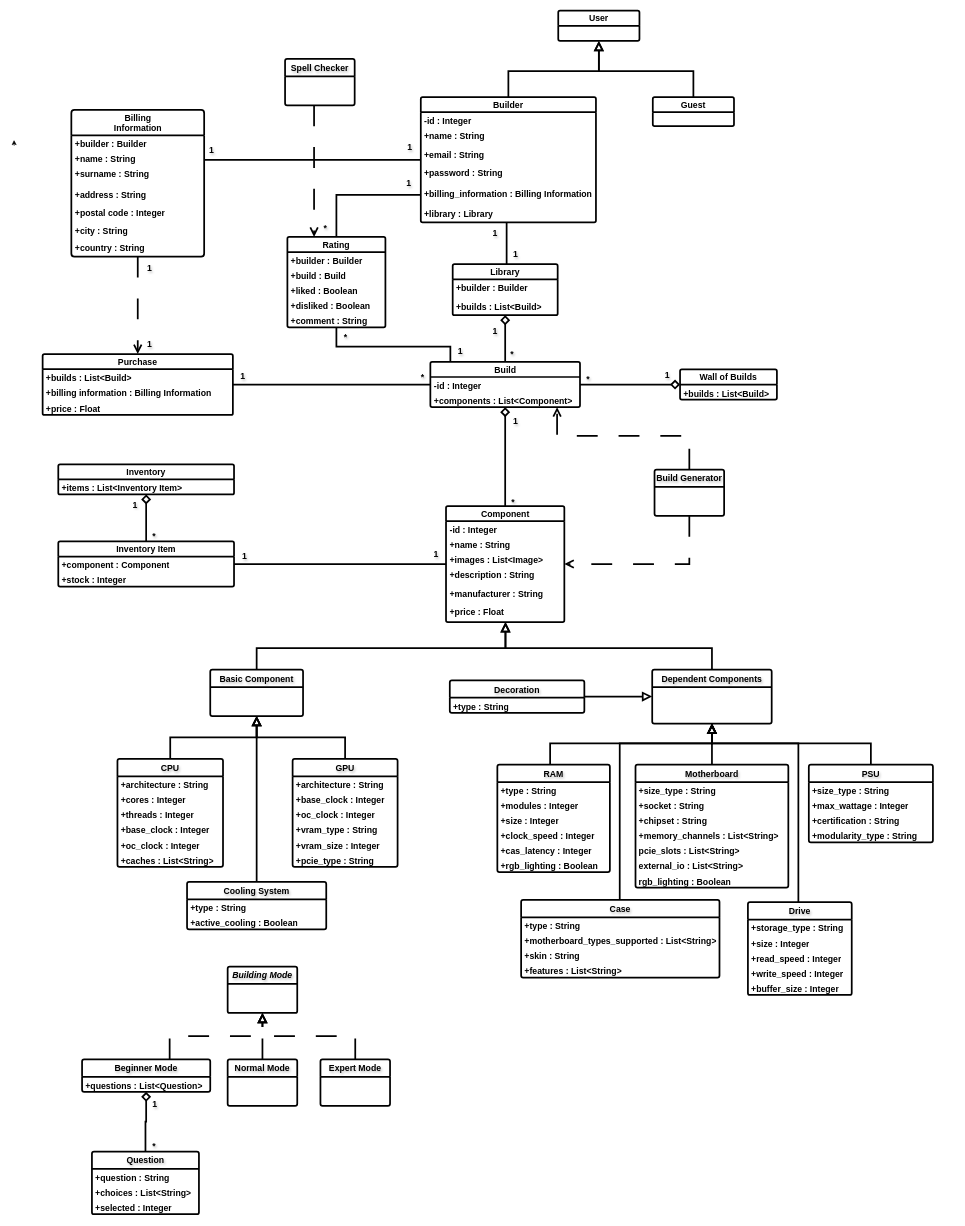
Before: Report Files/2ο Παραδοτέο/Domain Model v0.2/domain_model v0.2.drawio in mpapasterg/click-n-build, a draw.io diagram. Source tidied: cells renumbered, new cells numbered last; positions are measured from the earlier drawing's top-left corner, leaving out a move shared by most shapes. Both pictures are drawn from the tidied source at 58%, with x=0, y=0 at pixel (14, 10).
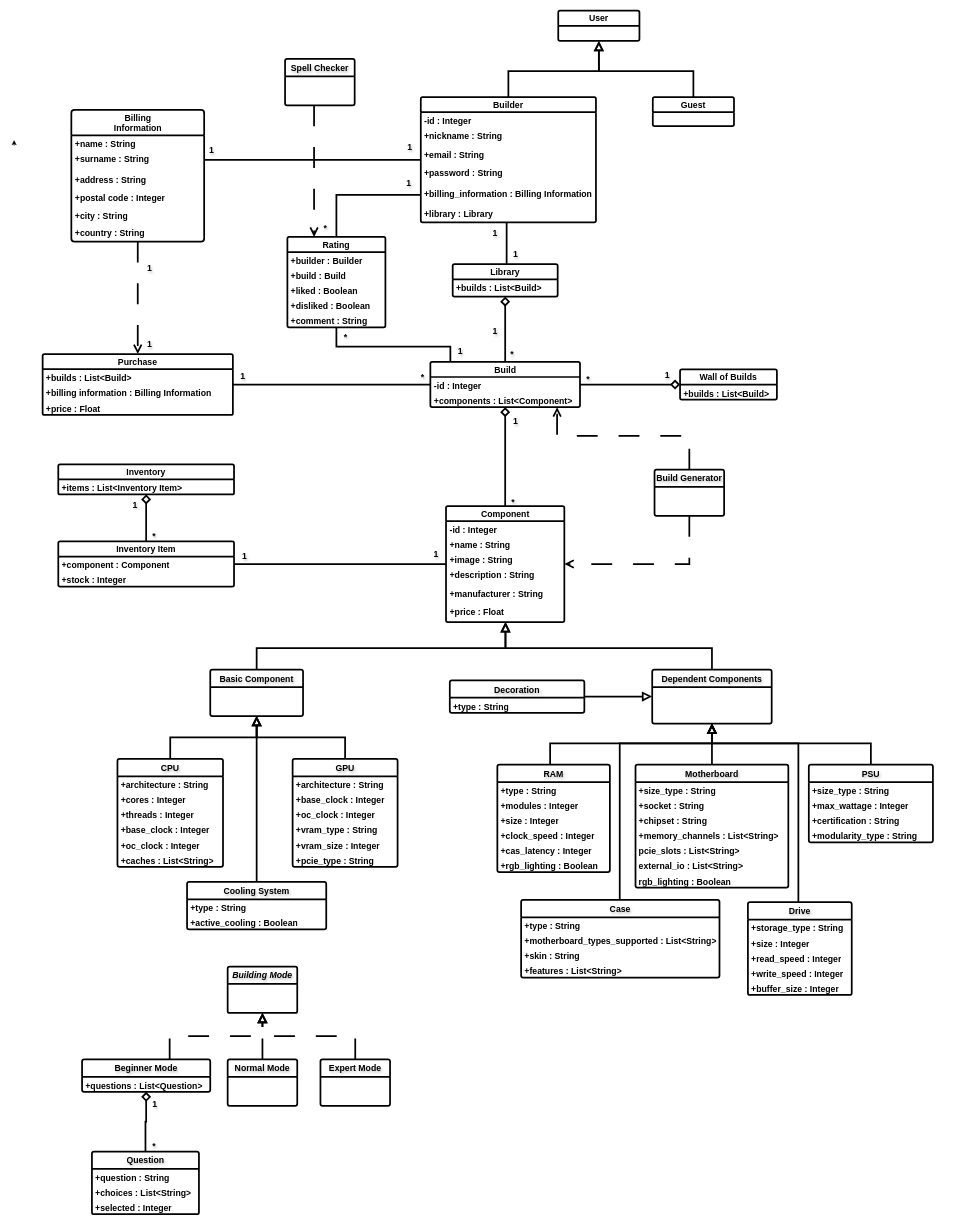
Above is the later version.

Commit message:
change domain model diagram

The change refers to these unchanged cells:
```xml
<mxCell id="5" value="Builder" style="swimlane;fontStyle=1;horizontal=1;startSize=26;fillColor=none;whiteSpace=wrap;html=1;rounded=1;shadow=0;dashed=0;strokeColor=#000000;strokeWidth=3;align=center;verticalAlign=middle;arcSize=4;fontFamily=Helvetica;fontSize=15;fontColor=#000000;labelBorderColor=none;labelBackgroundColor=none;" parent="1" vertex="1">
  <mxGeometry x="701" y="149" width="302" height="216" as="geometry" />
</mxCell>
<mxCell id="37" value="Component" style="swimlane;fontStyle=1;horizontal=1;startSize=26;fillColor=none;whiteSpace=wrap;html=1;rounded=1;shadow=0;dashed=0;strokeColor=#000000;strokeWidth=3;align=center;verticalAlign=middle;arcSize=4;fontFamily=Helvetica;fontSize=15;fontColor=#000000;labelBorderColor=none;labelBackgroundColor=none;" parent="1" vertex="1">
  <mxGeometry x="744.5" y="854" width="204" height="200" as="geometry" />
</mxCell>
```

The edit, as a diff of the source:
```diff
@@
-    <mxCell id="7" value="+name : String" style="text;strokeColor=none;fillColor=none;align=left;verticalAlign=top;spacingLeft=4;spacingRight=4;overflow=hidden;whiteSpace=wrap;html=1;fontFamily=Helvetica;fontSize=15;fontColor=#000000;fontStyle=1;labelBorderColor=none;labelBackgroundColor=none;" parent="5" vertex="1">
+    <mxCell id="7" value="+nickname : String" style="text;strokeColor=none;fillColor=none;align=left;verticalAlign=top;spacingLeft=4;spacingRight=4;overflow=hidden;whiteSpace=wrap;html=1;fontFamily=Helvetica;fontSize=15;fontColor=#000000;fontStyle=1;labelBorderColor=none;labelBackgroundColor=none;" parent="5" vertex="1">
       <mxGeometry y="52" width="302" height="32" as="geometry" />
     </mxCell>
@@
     <mxCell id="17" value="Billing&lt;div&gt;Information&lt;/div&gt;" style="swimlane;fontStyle=1;horizontal=1;startSize=44;fillColor=none;whiteSpace=wrap;html=1;rounded=1;shadow=0;dashed=0;strokeColor=#000000;strokeWidth=3;align=center;verticalAlign=middle;arcSize=4;fontFamily=Helvetica;fontSize=15;fontColor=#000000;labelBorderColor=none;labelBackgroundColor=none;" parent="1" vertex="1">
-      <mxGeometry x="98.5" y="171" width="229" height="253" as="geometry" />
+      <mxGeometry x="98.5" y="171" width="229" height="227" as="geometry" />
     </mxCell>
-    <mxCell id="18" value="+builder : Builder" style="text;strokeColor=none;fillColor=none;align=left;verticalAlign=top;spacingLeft=4;spacingRight=4;overflow=hidden;whiteSpace=wrap;html=1;fontFamily=Helvetica;fontSize=15;fontColor=#000000;fontStyle=1;labelBorderColor=none;labelBackgroundColor=none;" parent="17" vertex="1">
-      <mxGeometry y="44" width="229" height="26" as="geometry" />
-    </mxCell>
     <mxCell id="19" value="+name : String" style="text;strokeColor=none;fillColor=none;align=left;verticalAlign=top;spacingLeft=4;spacingRight=4;overflow=hidden;whiteSpace=wrap;html=1;fontFamily=Helvetica;fontSize=15;fontColor=#000000;fontStyle=1;labelBorderColor=none;labelBackgroundColor=none;" parent="17" vertex="1">
-      <mxGeometry y="70" width="229" height="26" as="geometry" />
+      <mxGeometry y="44" width="229" height="26" as="geometry" />
     </mxCell>
     <mxCell id="20" value="+surname : String" style="text;strokeColor=none;fillColor=none;align=left;verticalAlign=top;spacingLeft=4;spacingRight=4;overflow=hidden;whiteSpace=wrap;html=1;fontFamily=Helvetica;fontSize=15;fontColor=#000000;fontStyle=1;labelBorderColor=none;labelBackgroundColor=none;" parent="17" vertex="1">
-      <mxGeometry y="96" width="229" height="35" as="geometry" />
+      <mxGeometry y="70" width="229" height="35" as="geometry" />
     </mxCell>
     <mxCell id="21" value="+address : String" style="text;strokeColor=none;fillColor=none;align=left;verticalAlign=top;spacingLeft=4;spacingRight=4;overflow=hidden;whiteSpace=wrap;html=1;fontFamily=Helvetica;fontSize=15;fontColor=#000000;fontStyle=1;labelBorderColor=none;labelBackgroundColor=none;" parent="17" vertex="1">
-      <mxGeometry y="131" width="229" height="32" as="geometry" />
+      <mxGeometry y="105" width="229" height="32" as="geometry" />
     </mxCell>
     <mxCell id="22" value="+postal code : Integer" style="text;strokeColor=none;fillColor=none;align=left;verticalAlign=top;spacingLeft=4;spacingRight=4;overflow=hidden;whiteSpace=wrap;html=1;fontFamily=Helvetica;fontSize=15;fontColor=#000000;fontStyle=1;labelBorderColor=none;labelBackgroundColor=none;" parent="17" vertex="1">
-      <mxGeometry y="163" width="229" height="30" as="geometry" />
+      <mxGeometry y="137" width="229" height="30" as="geometry" />
     </mxCell>
     <mxCell id="23" value="+city : String" style="text;strokeColor=none;fillColor=none;align=left;verticalAlign=top;spacingLeft=4;spacingRight=4;overflow=hidden;whiteSpace=wrap;html=1;fontFamily=Helvetica;fontSize=15;fontColor=#000000;fontStyle=1;labelBorderColor=none;labelBackgroundColor=none;" parent="17" vertex="1">
-      <mxGeometry y="193" width="229" height="30" as="geometry" />
+      <mxGeometry y="167" width="229" height="30" as="geometry" />
     </mxCell>
     <mxCell id="24" value="+country : String" style="text;strokeColor=none;fillColor=none;align=left;verticalAlign=top;spacingLeft=4;spacingRight=4;overflow=hidden;whiteSpace=wrap;html=1;fontFamily=Helvetica;fontSize=15;fontColor=#000000;fontStyle=1;labelBorderColor=none;labelBackgroundColor=none;" parent="17" vertex="1">
-      <mxGeometry y="223" width="229" height="30" as="geometry" />
+      <mxGeometry y="197" width="229" height="30" as="geometry" />
     </mxCell>
@@
-    <mxCell id="40" value="+images : List&amp;lt;Image&amp;gt;" style="text;strokeColor=none;fillColor=none;align=left;verticalAlign=top;spacingLeft=4;spacingRight=4;overflow=hidden;whiteSpace=wrap;html=1;fontFamily=Helvetica;fontSize=15;fontColor=#000000;fontStyle=1;labelBorderColor=none;labelBackgroundColor=none;" parent="37" vertex="1">
+    <mxCell id="40" value="+image : String" style="text;strokeColor=none;fillColor=none;align=left;verticalAlign=top;spacingLeft=4;spacingRight=4;overflow=hidden;whiteSpace=wrap;html=1;fontFamily=Helvetica;fontSize=15;fontColor=#000000;fontStyle=1;labelBorderColor=none;labelBackgroundColor=none;" parent="37" vertex="1">
       <mxGeometry y="78" width="204" height="26" as="geometry" />
     </mxCell>
@@
     <mxCell id="140" value="Library" style="swimlane;fontStyle=1;horizontal=1;startSize=26;fillColor=none;whiteSpace=wrap;html=1;rounded=1;shadow=0;dashed=0;strokeColor=#000000;strokeWidth=3;align=center;verticalAlign=middle;arcSize=4;fontFamily=Helvetica;fontSize=15;fontColor=#000000;labelBorderColor=none;labelBackgroundColor=none;" parent="1" vertex="1">
-      <mxGeometry x="756" y="437" width="181" height="88" as="geometry" />
+      <mxGeometry x="756" y="437" width="181" height="56" as="geometry" />
     </mxCell>
-    <mxCell id="141" value="+builder : Builder" style="text;strokeColor=none;fillColor=none;align=left;verticalAlign=top;spacingLeft=4;spacingRight=4;overflow=hidden;whiteSpace=wrap;html=1;fontFamily=Helvetica;fontSize=15;fontColor=#000000;fontStyle=1;labelBorderColor=none;labelBackgroundColor=none;" parent="140" vertex="1">
-      <mxGeometry y="26" width="181" height="32" as="geometry" />
-    </mxCell>
     <mxCell id="142" value="+builds : List&amp;lt;Build&amp;gt;" style="text;strokeColor=none;fillColor=none;align=left;verticalAlign=top;spacingLeft=4;spacingRight=4;overflow=hidden;whiteSpace=wrap;html=1;fontFamily=Helvetica;fontSize=15;fontColor=#000000;fontStyle=1;labelBorderColor=none;labelBackgroundColor=none;" parent="140" vertex="1">
-      <mxGeometry y="58" width="181" height="30" as="geometry" />
+      <mxGeometry y="26" width="181" height="30" as="geometry" />
     </mxCell>
```
